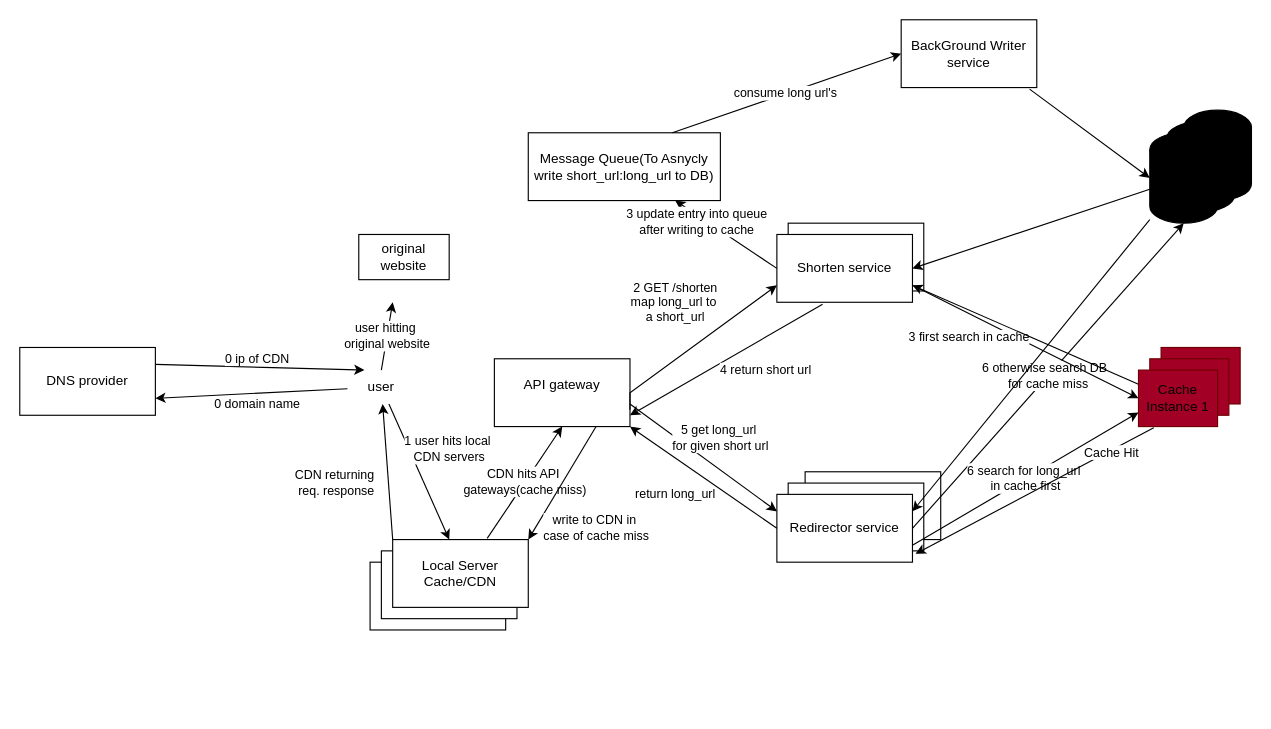
Janardhan-Waghchaure/HLD_URL_Shortener keeps this draw.io diagram as design_xml/Untitled Diagram.drawio. Above is the earlier version. Source tidied: cells renumbered, new cells numbered last; positions are measured from the earlier drawing's top-left corner, leaving out a move shared by most shapes. Both pictures are drawn from the tidied source at 113%, with x=0, y=0 at pixel (19, 19).
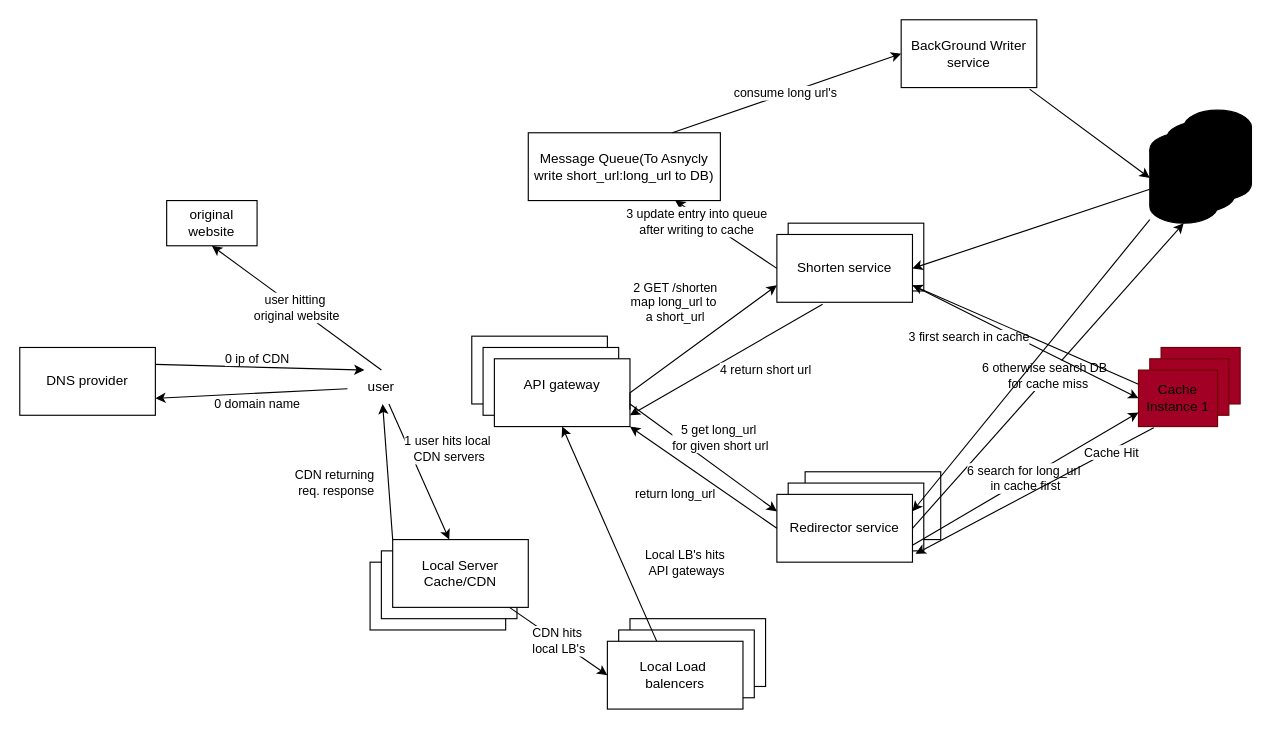
The same page after the edit.

Commit message:
Scaled API gateways and added local Load balencers

The change refers to these unchanged cells:
```xml
<mxCell id="11" value="API gateway&lt;div&gt;&lt;br&gt;&lt;/div&gt;" style="rounded=0;whiteSpace=wrap;html=1;" parent="1" vertex="1">
  <mxGeometry x="420" y="300" width="120" height="60" as="geometry" />
</mxCell>
<mxCell id="12" value="user" style="text;strokeColor=none;align=center;fillColor=none;html=1;verticalAlign=middle;whiteSpace=wrap;rounded=0;" parent="1" vertex="1">
  <mxGeometry x="290" y="310" width="60" height="30" as="geometry" />
</mxCell>
<mxCell id="37" value="Local Server&lt;div&gt;Cache/CDN&lt;/div&gt;" style="rounded=0;whiteSpace=wrap;html=1;fillColor=light-dark(#FFFFFF,#FFFF33);fontColor=light-dark(#000000,#000000);strokeColor=light-dark(#000000,#000000);" parent="1" vertex="1">
  <mxGeometry x="330" y="460" width="120" height="60" as="geometry" />
</mxCell>
```

What changed in the source:
```diff
@@
+    <mxCell id="44" style="rounded=0;whiteSpace=wrap;html=1;" parent="1" vertex="1">
+      <mxGeometry x="400" y="280" width="120" height="60" as="geometry" />
+    </mxCell>
+    <mxCell id="45" style="rounded=0;whiteSpace=wrap;html=1;" parent="1" vertex="1">
+      <mxGeometry x="410" y="290" width="120" height="60" as="geometry" />
+    </mxCell>
+    <mxCell id="46" style="rounded=0;whiteSpace=wrap;html=1;fillColor=light-dark(#FFFFFF,#FF33FF);strokeColor=light-dark(#000000,#000000);" parent="1" vertex="1">
+      <mxGeometry x="540" y="530" width="120" height="60" as="geometry" />
+    </mxCell>
+    <mxCell id="47" style="rounded=0;whiteSpace=wrap;html=1;fillColor=light-dark(#FFFFFF,#FF33FF);strokeColor=light-dark(#000000,#000000);" parent="1" vertex="1">
+      <mxGeometry x="530" y="540" width="120" height="60" as="geometry" />
+    </mxCell>
@@
-    <mxCell id="21" value="user hitting&amp;nbsp;&lt;div&gt;original website&lt;/div&gt;" style="endArrow=classic;html=1;rounded=0;exitX=0.5;exitY=0;exitDx=0;exitDy=0;" parent="1" edge="1" source="12">
-      <mxGeometry relative="1" as="geometry">
-        <mxPoint x="330" y="250" as="targetPoint" />
-      </mxGeometry>
+    <mxCell id="21" value="user hitting&amp;nbsp;&lt;div&gt;original website&lt;/div&gt;" style="endArrow=classic;html=1;rounded=0;exitX=0.5;exitY=0;exitDx=0;exitDy=0;entryX=0.5;entryY=1;entryDx=0;entryDy=0;" parent="1" edge="1" source="12" target="23">
+      <mxGeometry relative="1" as="geometry" />
     </mxCell>
@@
     <mxCell id="23" value="original website" style="rounded=0;whiteSpace=wrap;html=1;" parent="1" vertex="1">
-      <mxGeometry x="300" y="190" width="80" height="40" as="geometry" />
+      <mxGeometry x="130" y="160" width="80" height="40" as="geometry" />
     </mxCell>
@@
-    <mxCell id="38" value="CDN hits API&amp;nbsp;&lt;div&gt;gateways(cache miss)&lt;/div&gt;" style="endArrow=classic;html=1;rounded=0;entryX=0.5;entryY=1;entryDx=0;entryDy=0;exitX=0.697;exitY=-0.017;exitDx=0;exitDy=0;exitPerimeter=0;" parent="1" edge="1" source="37" target="11">
-      <mxGeometry relative="1" as="geometry" />
+    <mxCell id="38" value="Local LB's hits&amp;nbsp;&lt;div&gt;API gateways&lt;/div&gt;" style="endArrow=classic;html=1;rounded=0;entryX=0.5;entryY=1;entryDx=0;entryDy=0;exitX=0.378;exitY=0.064;exitDx=0;exitDy=0;exitPerimeter=0;" parent="1" edge="1" source="48" target="11">
+      <mxGeometry x="-0.46" y="-52" relative="1" as="geometry" />
     </mxCell>
-    <mxCell id="39" value="write to CDN in&amp;nbsp;&lt;div&gt;case of cache miss&lt;/div&gt;" style="endArrow=classic;html=1;rounded=0;exitX=0.75;exitY=1;exitDx=0;exitDy=0;entryX=1;entryY=0;entryDx=0;entryDy=0;" parent="1" edge="1" source="11" target="37">
-      <mxGeometry x="0.32" y="46" relative="1" as="geometry" />
-    </mxCell>
@@
+    <mxCell id="48" value="Local Load&amp;nbsp;&lt;div&gt;balencers&lt;/div&gt;" style="rounded=0;whiteSpace=wrap;html=1;fillColor=light-dark(#FFFFFF,#FF33FF);strokeColor=light-dark(#000000,#000000);fontColor=light-dark(#000000,#000000);" parent="1" vertex="1">
+      <mxGeometry x="520" y="550" width="120" height="60" as="geometry" />
+    </mxCell>
+    <mxCell id="49" value="CDN hits&amp;nbsp;&lt;div&gt;local LB's&lt;/div&gt;" style="endArrow=classic;html=1;rounded=0;entryX=0;entryY=0.5;entryDx=0;entryDy=0;" parent="1" edge="1" source="37" target="48">
+      <mxGeometry relative="1" as="geometry" />
+    </mxCell>
```
